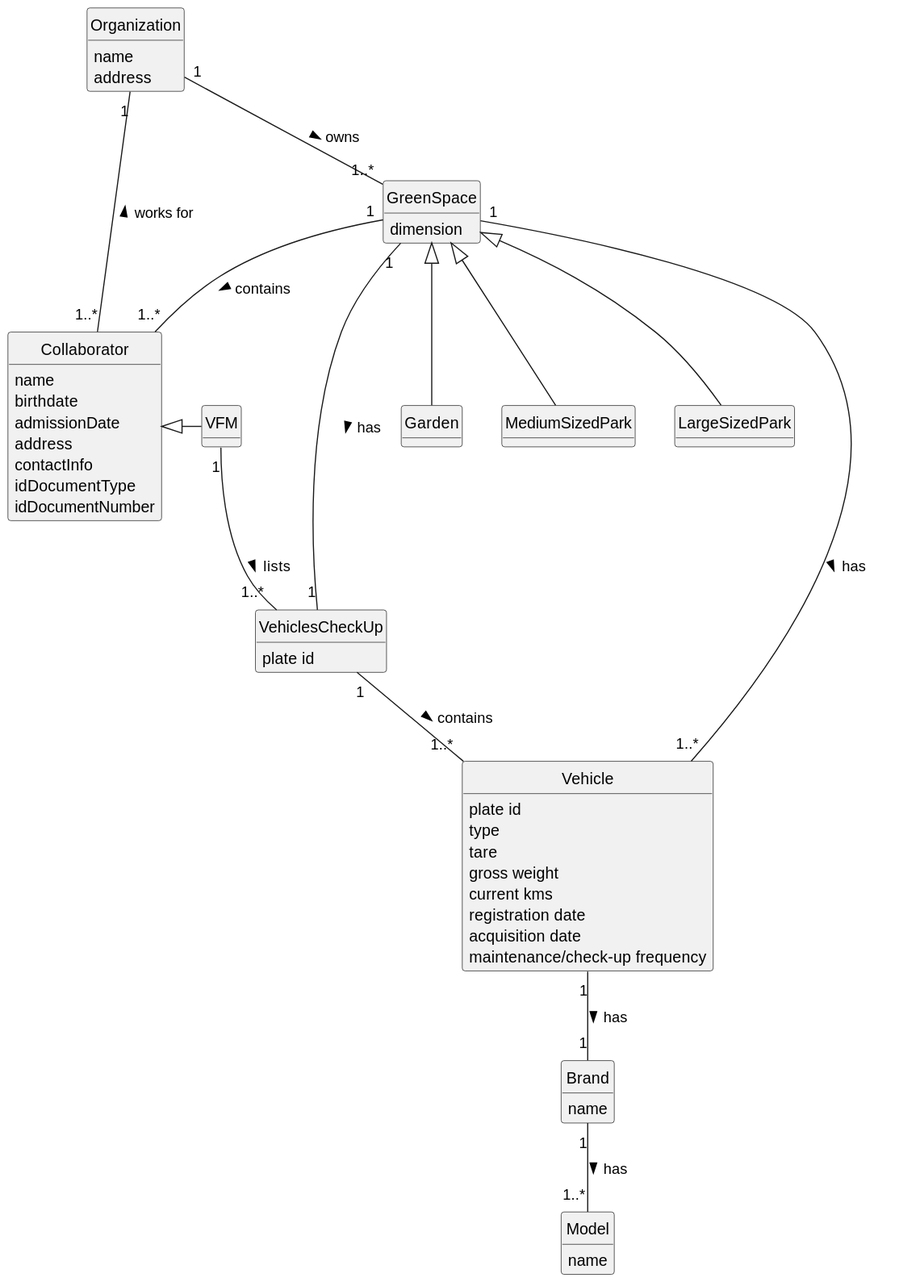
Before: docs/sprintA/us008/02.analysis/svg/us008-domain-model.svg, a diagram exported from PlantUML (diogoveirospro/lei-24-s2-1dg-g072).
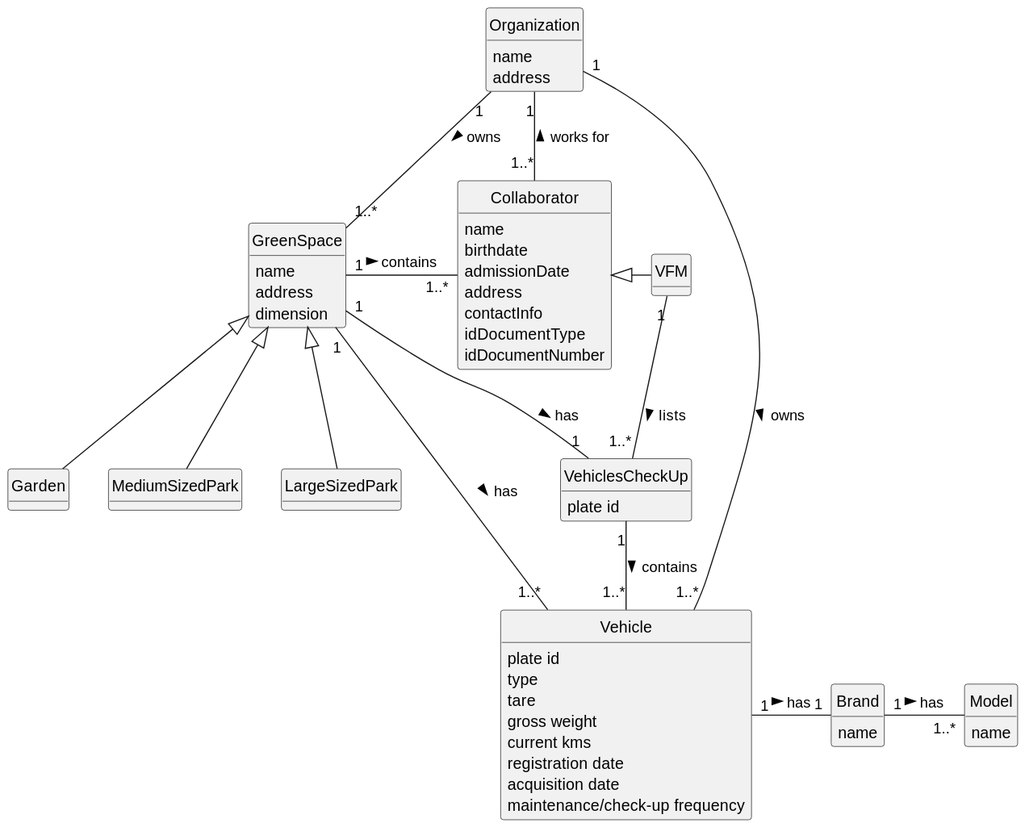
After the change.

Change to the diagram source:
```diff
@@ -29,6 +29,8 @@
 
 
 class GreenSpace {
+    name
+    address
     dimension
 }
 
@@ -71,12 +73,13 @@
 GreenSpace <|-- Garden
 GreenSpace <|-- MediumSizedPark
 GreenSpace <|-- LargeSizedPark
-GreenSpace "1" -- "1..*" Collaborator: contains >
+GreenSpace "1" - "1..*" Collaborator: contains >
 VehiclesCheckUp "1" -- "1..*" Vehicle: contains >
-GreenSpace "1  " - "1..*" Vehicle: has >
-Organization "1" -- "1..*" GreenSpace: owns >
+GreenSpace "1" - "1..*" Vehicle: has >
+Organization "1" - "1..*" GreenSpace: owns >
 Organization "1" -- "1..*" Collaborator: works for <
-GreenSpace "1" -- "1" VehiclesCheckUp: has >
-Vehicle "1" -- "1" Brand: has >
-Brand "1" -- "1..*" Model: has >
+GreenSpace "1" - "1" VehiclesCheckUp: has >
+Vehicle "1" - "1" Brand: has >
+Brand "1" - "1..*" Model: has >
+Organization "1" - "1..*" Vehicle: owns >
 @enduml
```
